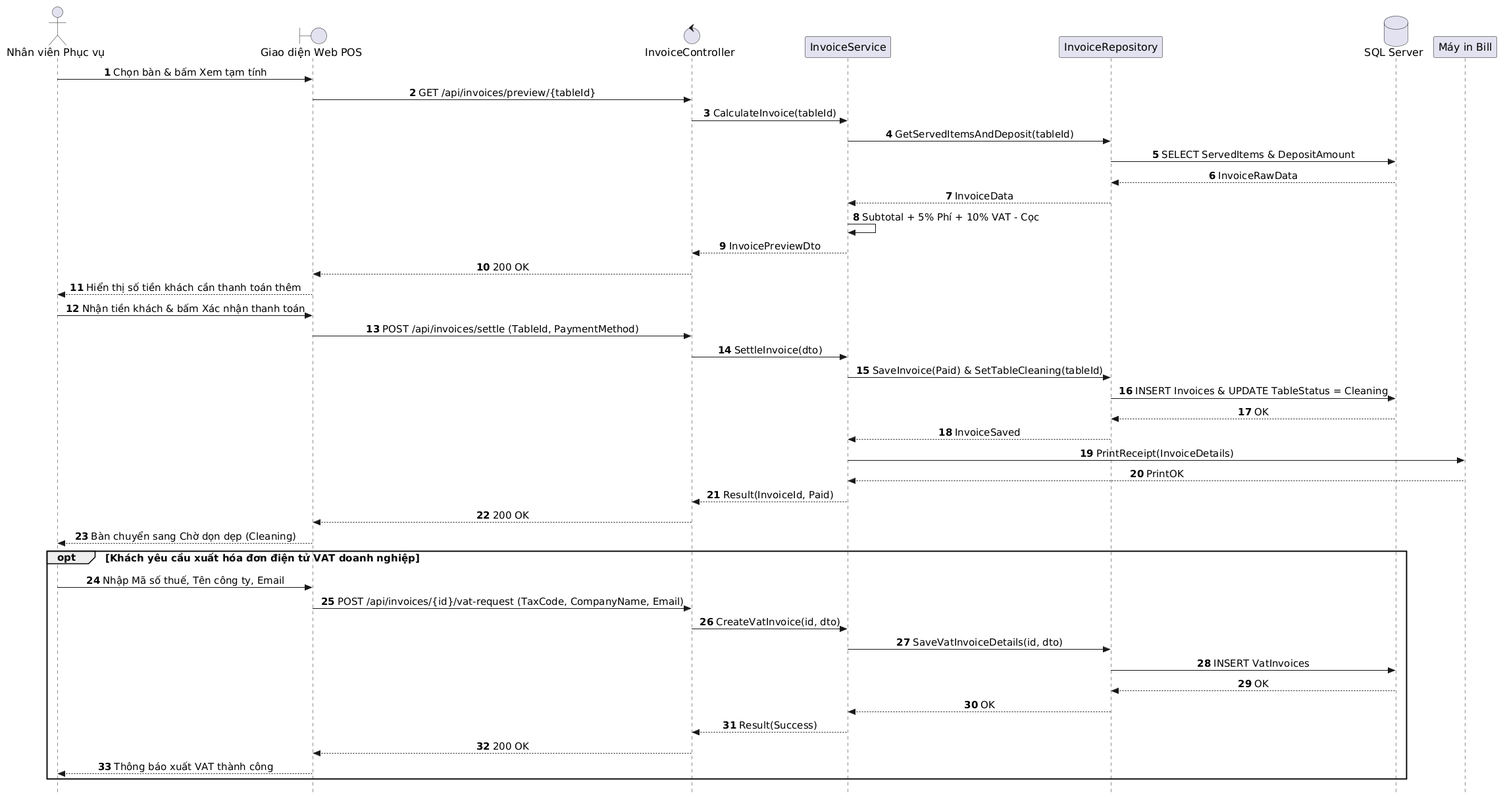
AndrewQng/VinDining keeps this PlantUML diagram as out/docs/puml/sequences/SD_UC_E3_Settle_Invoice/SD_UC_E3_Settle_Invoice.png. Above is the earlier version.
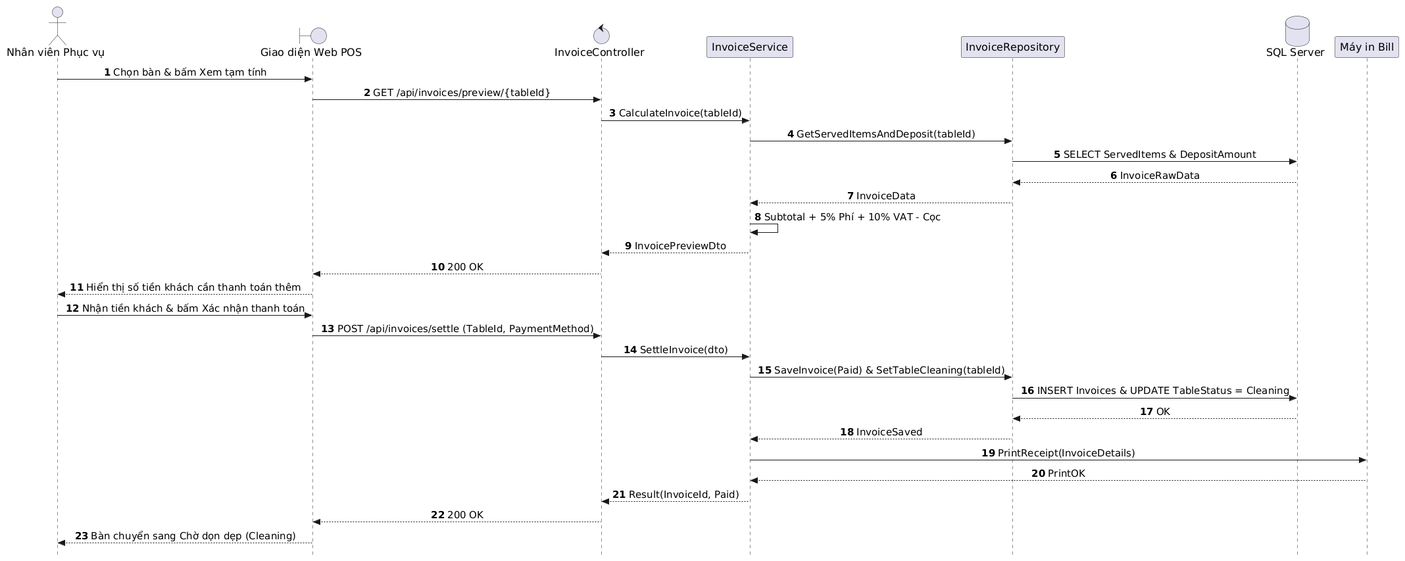
Later version of the same file.

What changed in the source:
```diff
@@ -43,17 +43,4 @@
 Service --> Controller: Result(InvoiceId, Paid)
 Controller --> UI: 200 OK
 UI --> Waitstaff: Bàn chuyển sang Chờ dọn dẹp (Cleaning)
-
-opt Khách yêu cầu xuất hóa đơn điện tử VAT doanh nghiệp
-    Waitstaff -> UI: Nhập Mã số thuế, Tên công ty, Email
-    UI -> Controller: POST /api/invoices/{id}/vat-request (TaxCode, CompanyName, Email)
-    Controller -> Service: CreateVatInvoice(id, dto)
-    Service -> Repo: SaveVatInvoiceDetails(id, dto)
-    Repo -> DB: INSERT VatInvoices
-    DB --> Repo: OK
-    Repo --> Service: OK
-    Service --> Controller: Result(Success)
-    Controller --> UI: 200 OK
-    UI --> Waitstaff: Thông báo xuất VAT thành công
-end
 @enduml
```
